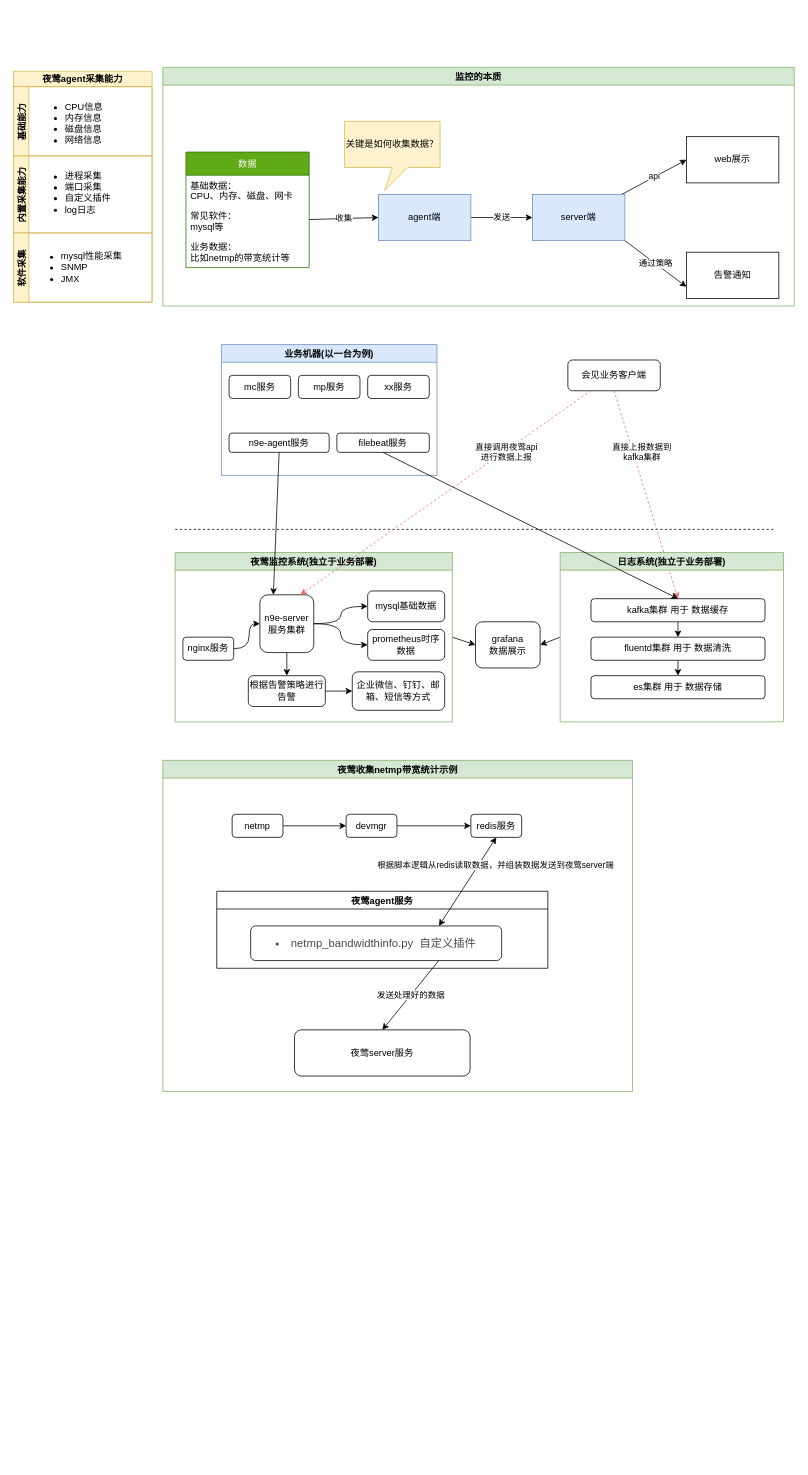
Earlier version of the draw.io diagram page "监控日志系统" (1 of 2) of Untitled Diagram.drawio (Sycjyy/myshare). Source tidied: cells renumbered, new cells numbered last; positions are measured from the earlier drawing's top-left corner, leaving out a move shared by most shapes. Both pictures are drawn from the tidied source at 77%, with x=0, y=0 at pixel (13, 67).
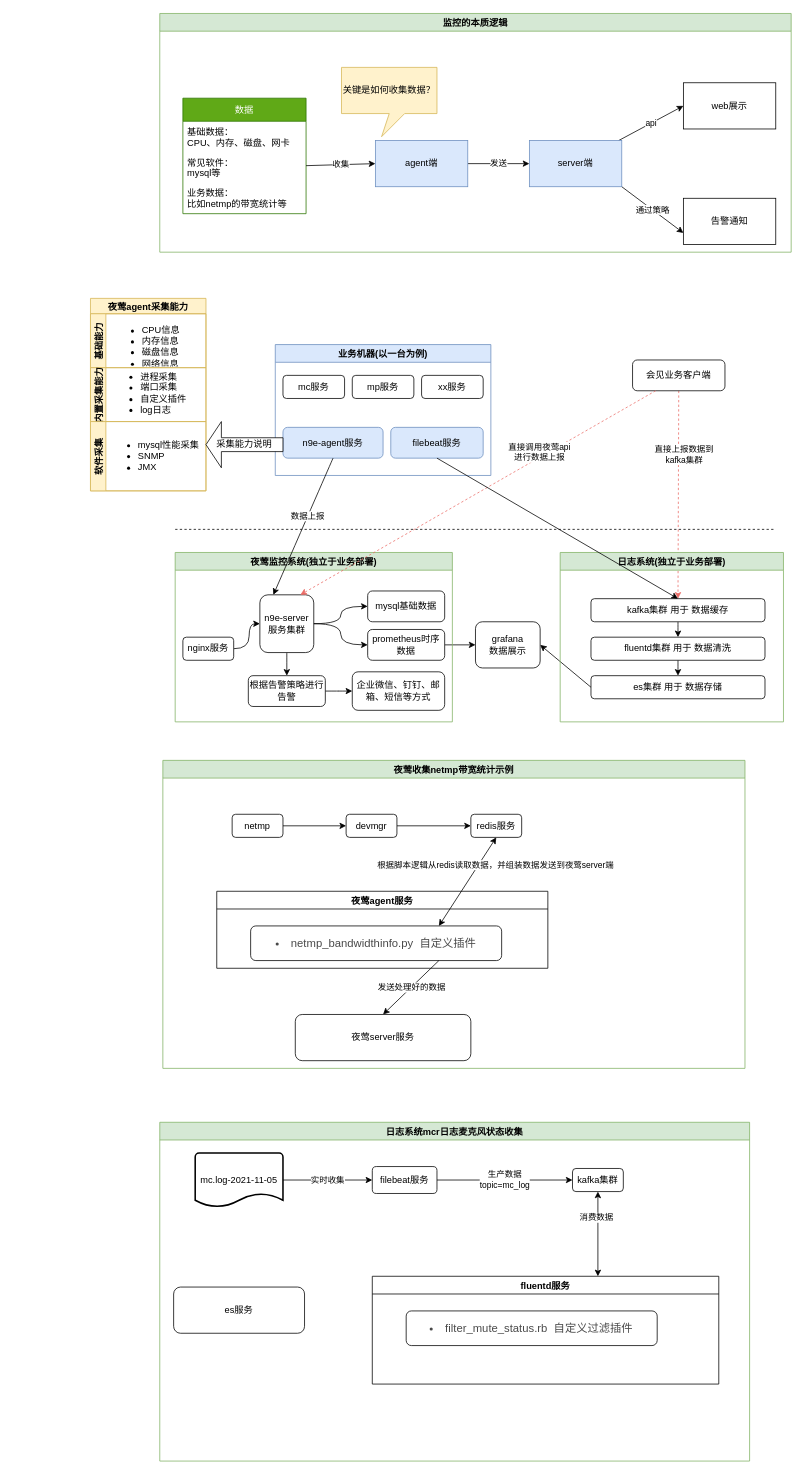
After the change.

The change refers to these unchanged cells:
```xml
<mxCell id="7" value="夜莺监控系统(独立于业务部署)" style="swimlane;align=center;fillColor=#d5e8d4;strokeColor=#82b366;" parent="1" vertex="1">
  <mxGeometry x="210" y="630" width="360" height="220" as="geometry" />
</mxCell>
<mxCell id="15" value="prometheus时序数据" style="whiteSpace=wrap;html=1;rounded=1;" parent="7" vertex="1">
  <mxGeometry x="250" y="100" width="100" height="40" as="geometry" />
</mxCell>
<mxCell id="27" style="endArrow=classic;html=1;rounded=0;curved=1;exitX=0.5;exitY=1;exitDx=0;exitDy=0;entryX=0.25;entryY=0;entryDx=0;entryDy=0;" parent="1" edge="1" source="23" target="12">
  <mxGeometry relative="1" as="geometry" />
</mxCell>
<mxCell id="36" value="日志系统(独立于业务部署)" style="swimlane;align=center;fillColor=#d5e8d4;strokeColor=#82b366;" parent="1" vertex="1">
  <mxGeometry x="710" y="630" width="290" height="220" as="geometry" />
</mxCell>
<mxCell id="41" value="es集群 用于 数据存储" style="rounded=1;whiteSpace=wrap;html=1;align=center;" parent="36" vertex="1">
  <mxGeometry x="40" y="160" width="226" height="30" as="geometry" />
</mxCell>
<mxCell id="43" value="grafana&lt;br&gt;数据展示" style="rounded=1;whiteSpace=wrap;html=1;align=center;" parent="1" vertex="1">
  <mxGeometry x="600" y="720" width="84" height="60" as="geometry" />
</mxCell>
```

Change to the diagram source:
```diff
@@
     <mxCell id="5" value="会见业务客户端" style="rounded=1;whiteSpace=wrap;html=1;fontSize=12;glass=0;strokeWidth=1;shadow=0;" parent="1" vertex="1">
-      <mxGeometry x="720" y="380" width="120" height="40" as="geometry" />
+      <mxGeometry x="804" y="380" width="120" height="40" as="geometry" />
     </mxCell>
-    <mxCell id="6" style="rounded=0;jettySize=auto;html=1;exitX=1;exitY=0.5;exitDx=0;exitDy=0;entryX=0;entryY=0.5;entryDx=0;entryDy=0;" parent="1" edge="1" source="7" target="43">
+    <mxCell id="6" style="rounded=0;jettySize=auto;html=1;exitX=1;exitY=0.5;exitDx=0;exitDy=0;entryX=0;entryY=0.5;entryDx=0;entryDy=0;" parent="1" edge="1" source="15" target="43">
       <mxGeometry relative="1" as="geometry" />
     </mxCell>
@@
     <mxCell id="19" value="业务机器(以一台为例)" style="swimlane;align=center;fillColor=#dae8fc;strokeColor=#6c8ebf;" parent="1" vertex="1">
-      <mxGeometry x="270" y="360" width="280" height="170" as="geometry" />
+      <mxGeometry x="340" y="360" width="280" height="170" as="geometry" />
     </mxCell>
@@
-    <mxCell id="23" value="n9e-agent服务" style="rounded=1;whiteSpace=wrap;html=1;align=center;" parent="19" vertex="1">
-      <mxGeometry x="10" y="115" width="130" height="25" as="geometry" />
+    <mxCell id="23" value="n9e-agent服务" style="rounded=1;whiteSpace=wrap;html=1;align=center;fillColor=#dae8fc;strokeColor=#6c8ebf;" parent="19" vertex="1">
+      <mxGeometry x="10" y="107.5" width="130" height="40" as="geometry" />
     </mxCell>
-    <mxCell id="24" value="filebeat服务" style="rounded=1;whiteSpace=wrap;html=1;align=center;" parent="19" vertex="1">
-      <mxGeometry x="150" y="115" width="120" height="25" as="geometry" />
+    <mxCell id="24" value="filebeat服务" style="rounded=1;whiteSpace=wrap;html=1;align=center;fillColor=#dae8fc;strokeColor=#6c8ebf;" parent="19" vertex="1">
+      <mxGeometry x="150" y="107.5" width="120" height="40" as="geometry" />
     </mxCell>
@@
+    <mxCell id="69" value="数据上报" style="edgeLabel;html=1;align=center;verticalAlign=middle;" parent="27" vertex="1">
+      <mxGeometry x="-0.15" y="-1" relative="1" as="geometry" />
+    </mxCell>
     <mxCell id="28" value="夜莺agent采集能力" style="swimlane;horizontal=1;startSize=20;align=center;fillColor=#fff2cc;strokeColor=#d6b656;" parent="1" vertex="1">
-      <mxGeometry y="5" width="180" height="300" as="geometry" />
+      <mxGeometry x="100" y="300" width="150" height="250" as="geometry" />
     </mxCell>
     <mxCell id="29" value="基础能力" style="swimlane;startSize=20;horizontal=0;align=center;fillColor=#fff2cc;strokeColor=#d6b656;" parent="28" vertex="1">
-      <mxGeometry y="20" width="180" height="90" as="geometry" />
+      <mxGeometry y="20" width="150" height="70" as="geometry" />
     </mxCell>
     <mxCell id="30" value="&lt;ul&gt;&lt;li&gt;CPU信息&lt;/li&gt;&lt;li&gt;内存信息&lt;/li&gt;&lt;li&gt;磁盘信息&lt;/li&gt;&lt;li&gt;网络信息&lt;/li&gt;&lt;/ul&gt;" style="text;strokeColor=none;fillColor=none;html=1;whiteSpace=wrap;verticalAlign=middle;overflow=hidden;" parent="29" vertex="1">
-      <mxGeometry x="25" y="5" width="100" height="80" as="geometry" />
+      <mxGeometry x="25" width="105" height="70" as="geometry" />
     </mxCell>
     <mxCell id="31" value="内置采集能力" style="swimlane;startSize=20;horizontal=0;align=center;fillColor=#fff2cc;strokeColor=#d6b656;" parent="28" vertex="1">
-      <mxGeometry y="110" width="180" height="100" as="geometry" />
+      <mxGeometry y="90" width="150" height="70" as="geometry" />
     </mxCell>
     <mxCell id="32" value="&lt;ul&gt;&lt;li&gt;进程采集&lt;/li&gt;&lt;li&gt;端口采集&lt;/li&gt;&lt;li&gt;自定义插件&lt;/li&gt;&lt;li&gt;log日志&lt;/li&gt;&lt;/ul&gt;" style="text;strokeColor=none;fillColor=none;html=1;whiteSpace=wrap;verticalAlign=middle;overflow=hidden;" parent="31" vertex="1">
-      <mxGeometry x="25" y="5" width="120" height="80" as="geometry" />
+      <mxGeometry x="22.5" y="-10" width="105" height="75" as="geometry" />
     </mxCell>
     <mxCell id="33" value="软件采集" style="swimlane;startSize=20;horizontal=0;align=center;fillColor=#fff2cc;strokeColor=#d6b656;" parent="28" vertex="1">
-      <mxGeometry y="210" width="180" height="90" as="geometry" />
+      <mxGeometry y="160" width="150" height="90" as="geometry" />
     </mxCell>
@@
-    <mxCell id="35" style="rounded=0;jettySize=auto;html=1;exitX=0;exitY=0.5;exitDx=0;exitDy=0;entryX=1;entryY=0.5;entryDx=0;entryDy=0;" parent="1" edge="1" source="36" target="43">
+    <mxCell id="35" style="rounded=0;jettySize=auto;html=1;exitX=0;exitY=0.5;exitDx=0;exitDy=0;entryX=1;entryY=0.5;entryDx=0;entryDy=0;" parent="1" edge="1" source="41" target="43">
       <mxGeometry relative="1" as="geometry" />
     </mxCell>
@@
-    <mxCell id="44" value="监控的本质" style="swimlane;align=center;fillColor=#d5e8d4;strokeColor=#82b366;" parent="1" vertex="1">
-      <mxGeometry x="194" width="820" height="310" as="geometry" />
+    <mxCell id="44" value="监控的本质逻辑" style="swimlane;align=center;fillColor=#d5e8d4;strokeColor=#82b366;" parent="1" vertex="1">
+      <mxGeometry x="190" y="-70" width="820" height="310" as="geometry" />
     </mxCell>
@@
     <mxCell id="58" value="夜莺收集netmp带宽统计示例" style="swimlane;align=center;fillColor=#d5e8d4;strokeColor=#82b366;" parent="1" vertex="1">
-      <mxGeometry x="194" y="900" width="610" height="430" as="geometry" />
+      <mxGeometry x="194" y="900" width="756" height="400" as="geometry" />
     </mxCell>
@@
     <mxCell id="67" value="夜莺server服务" style="rounded=1;whiteSpace=wrap;html=1;align=center;" parent="58" vertex="1">
-      <mxGeometry x="171" y="350" width="228" height="60" as="geometry" />
+      <mxGeometry x="172" y="330" width="228" height="60" as="geometry" />
     </mxCell>
@@
+    <mxCell id="70" value="采集能力说明" style="shape=singleArrow;direction=west;whiteSpace=wrap;html=1;align=center;" parent="1" vertex="1">
+      <mxGeometry x="250" y="460" width="100" height="60" as="geometry" />
+    </mxCell>
+    <mxCell id="71" value="日志系统mcr日志麦克风状态收集" style="swimlane;align=center;fillColor=#d5e8d4;strokeColor=#82b366;" parent="1" vertex="1">
+      <mxGeometry x="190" y="1370" width="766" height="440" as="geometry" />
+    </mxCell>
+    <mxCell id="72" value="kafka集群" style="rounded=1;whiteSpace=wrap;html=1;align=center;" parent="71" vertex="1">
+      <mxGeometry x="536" y="60" width="66" height="30" as="geometry" />
+    </mxCell>
+    <mxCell id="73" value="生产数据&lt;br&gt;topic=mc_log" style="edgeStyle=none;rounded=0;jettySize=auto;html=1;exitX=1;exitY=0.5;exitDx=0;exitDy=0;entryX=0;entryY=0.5;entryDx=0;entryDy=0;strokeColor=#000000;" parent="71" edge="1" source="74" target="72">
+      <mxGeometry relative="1" as="geometry" />
+    </mxCell>
+    <mxCell id="74" value="filebeat服务" style="rounded=1;whiteSpace=wrap;html=1;align=center;" parent="71" vertex="1">
+      <mxGeometry x="276" y="57.5" width="84" height="35" as="geometry" />
+    </mxCell>
+    <mxCell id="75" value="fluentd服务" style="swimlane;align=center;" parent="71" vertex="1">
+      <mxGeometry x="276" y="200" width="450" height="140" as="geometry" />
+    </mxCell>
+    <mxCell id="76" value="&lt;span&gt;&lt;li class=&quot;&quot; style=&quot;margin-bottom: 0pt ; margin-top: 0pt ; font-size: 11pt ; color: #494949 ; line-height: 1.7&quot;&gt;&lt;span class=&quot;ql-author-4609158&quot;&gt;filter_mute_status.rb&amp;nbsp; 自定义过滤插件&lt;/span&gt;&lt;/li&gt;&lt;/span&gt;" style="rounded=1;whiteSpace=wrap;html=1;align=center;" parent="75" vertex="1">
+      <mxGeometry x="44" y="45" width="326" height="45" as="geometry" />
+    </mxCell>
+    <mxCell id="77" value="消费数据" style="endArrow=classic;startArrow=classic;html=1;rounded=0;strokeColor=#000000;entryX=0.5;entryY=1;entryDx=0;entryDy=0;" parent="71" edge="1" target="72">
+      <mxGeometry x="0.38" y="2" relative="1" as="geometry">
+        <mxPoint x="569" y="200" as="sourcePoint" />
+      </mxGeometry>
+    </mxCell>
+    <mxCell id="78" value="es服务&lt;br&gt;" style="rounded=1;whiteSpace=wrap;html=1;align=center;" parent="71" vertex="1">
+      <mxGeometry x="18" y="214" width="170" height="60" as="geometry" />
+    </mxCell>
+    <mxCell id="79" value="实时收集" style="edgeStyle=none;rounded=0;jettySize=auto;html=1;exitX=1;exitY=0.5;exitDx=0;exitDy=0;exitPerimeter=0;strokeColor=#000000;" parent="71" edge="1" source="80" target="74">
+      <mxGeometry relative="1" as="geometry" />
+    </mxCell>
+    <mxCell id="80" value="mc.log-2021-11-05" style="strokeWidth=2;html=1;shape=mxgraph.flowchart.document2;whiteSpace=wrap;size=0.25;align=center;" parent="71" vertex="1">
+      <mxGeometry x="46" y="40" width="114" height="70" as="geometry" />
+    </mxCell>
```
